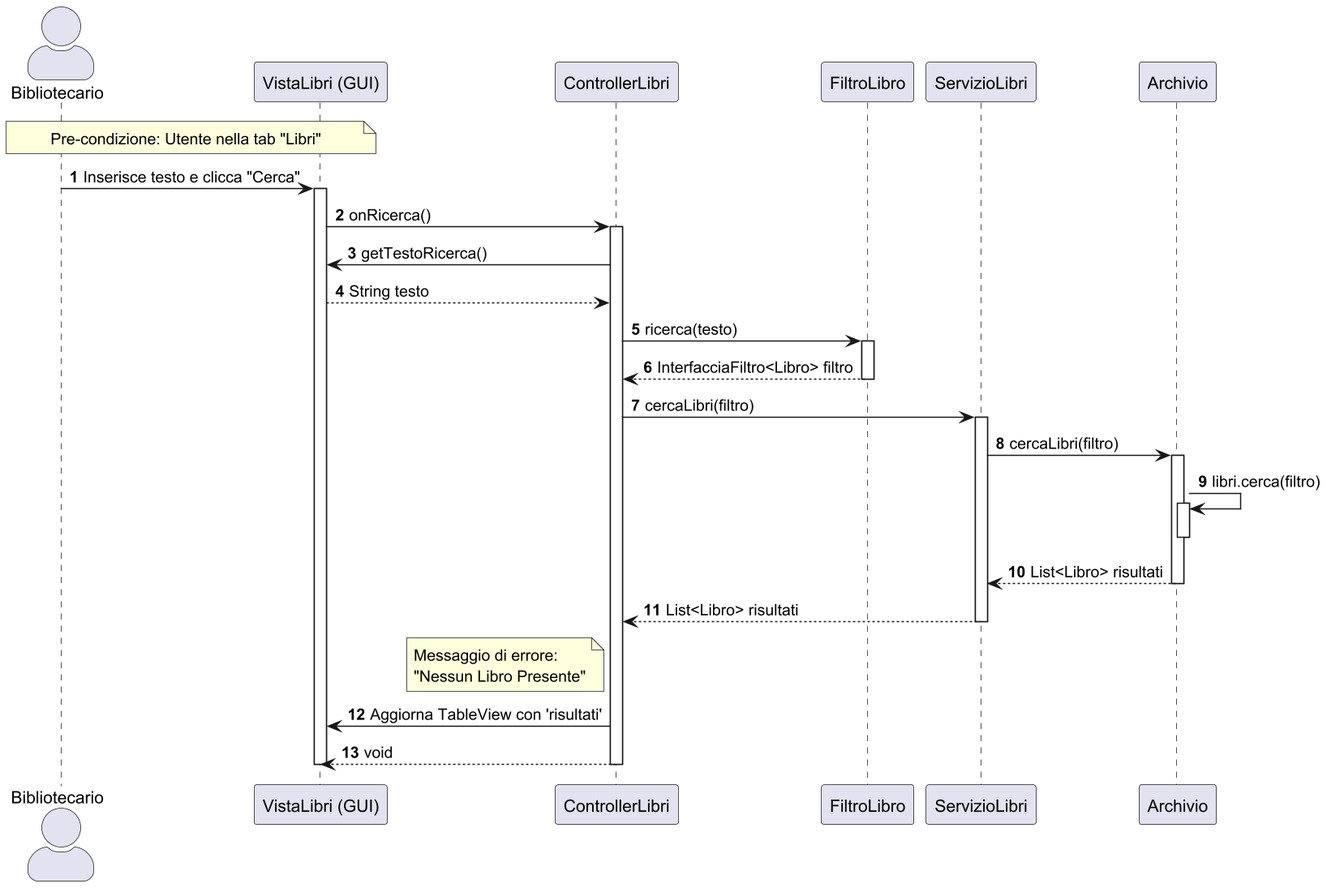
Earlier version of the PlantUML export docs/Design/Diagrammi di sequenza/UC6.png (digregoriomario/bibliosoft). The source it was exported from:
```plantuml
@startuml
scale 1.5
skinparam actorStyle awesome
autonumber

actor "Bibliotecario" as User
participant "VistaLibri (GUI)" as GUI
participant "ControllerLibri" as CL
participant "FiltroLibro" as FL
participant "ServizioLibri" as SL
participant "Archivio" as ARC

note over User, GUI: Pre-condizione: Utente nella tab "Libri"

User -> GUI : Inserisce testo e clicca "Cerca"
activate GUI

GUI -> CL : onRicerca()
activate CL

    CL -> GUI : getTestoRicerca()
    GUI --> CL : String testo

    CL -> FL : ricerca(testo)
    activate FL
    FL --> CL : InterfacciaFiltro<Libro> filtro
    deactivate FL

    CL -> SL : cercaLibri(filtro)
    activate SL

        SL -> ARC : cercaLibri(filtro)
        activate ARC

            ARC -> ARC : libri.cerca(filtro)
            activate ARC
            deactivate ARC

        ARC --> SL : List<Libro> risultati
        deactivate ARC

    SL --> CL : List<Libro> risultati
    deactivate SL

    note left of CL
        Messaggio di errore:
        "Nessun Libro Presente"
    end note

    CL -> GUI : Aggiorna TableView con 'risultati'

    CL --> GUI : void
    deactivate CL

deactivate GUI
@enduml
```
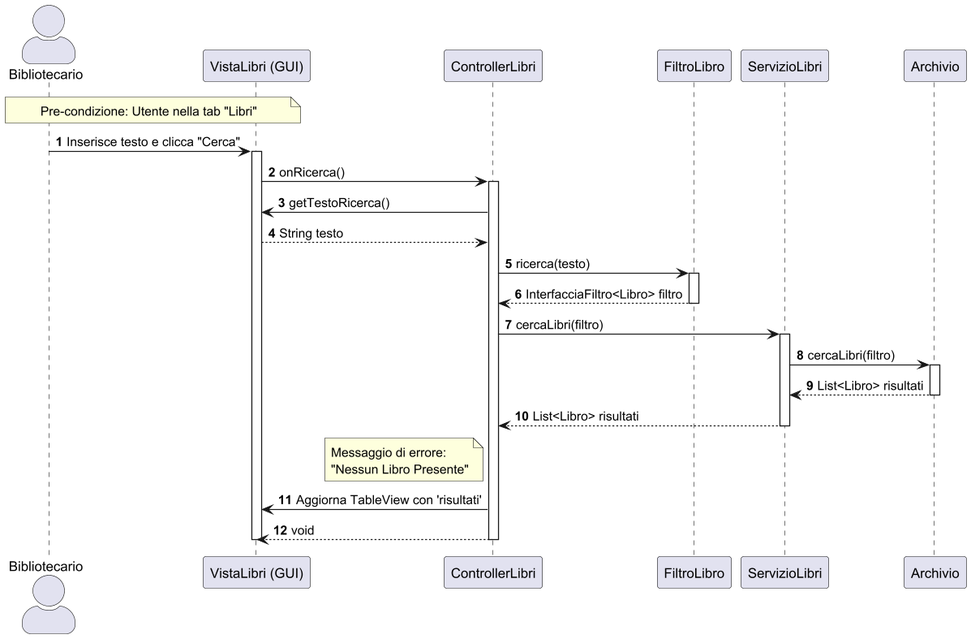
After the change.

What changed in the source:
```diff
@@ -1,5 +1,5 @@
 @startuml
-scale 1.5
+scale 2
 skinparam actorStyle awesome
 autonumber
 
@@ -32,10 +32,6 @@
         SL -> ARC : cercaLibri(filtro)
         activate ARC
 
-            ARC -> ARC : libri.cerca(filtro)
-            activate ARC
-            deactivate ARC
-
         ARC --> SL : List<Libro> risultati
         deactivate ARC
 
```
